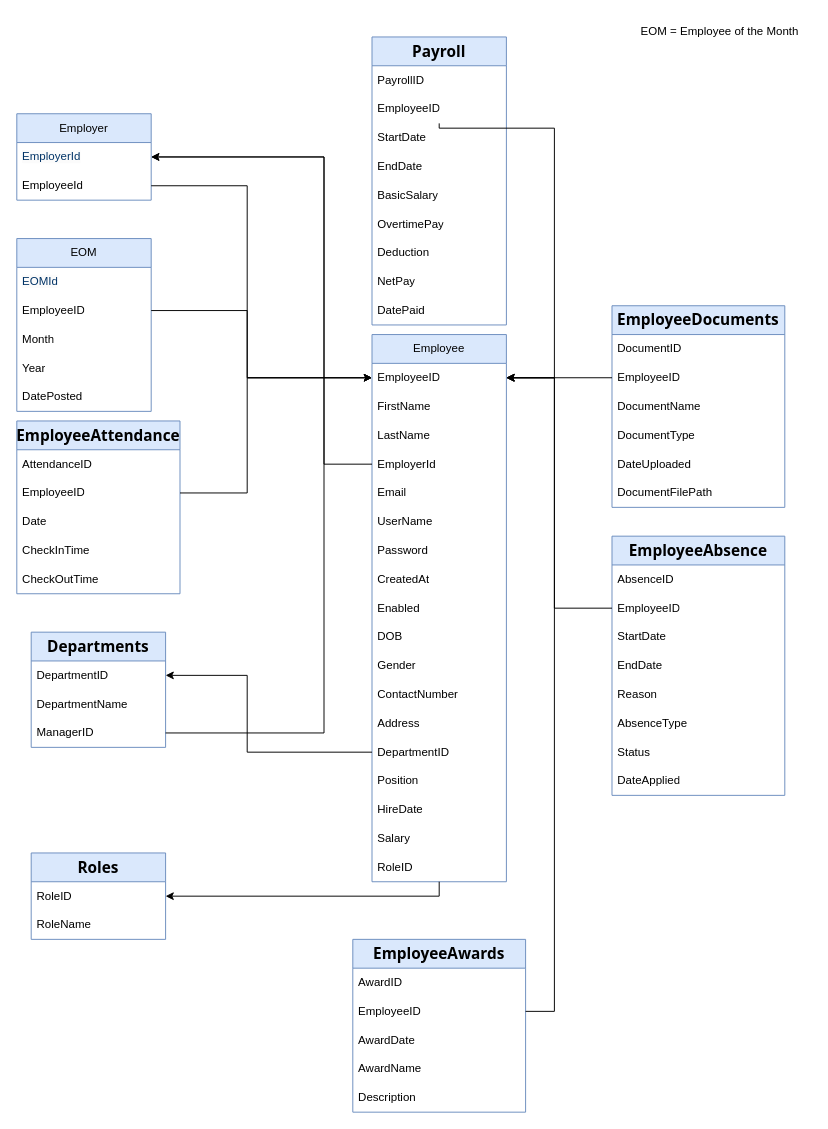
Earlier version of the draw.io diagram UML.drawio (Avin-Salih/UML). Source tidied: cells renumbered, new cells numbered last; positions are measured from the earlier drawing's top-left corner, leaving out a move shared by most shapes. Both pictures are drawn from the tidied source at 96%, with x=0, y=0 at pixel (16, 16).
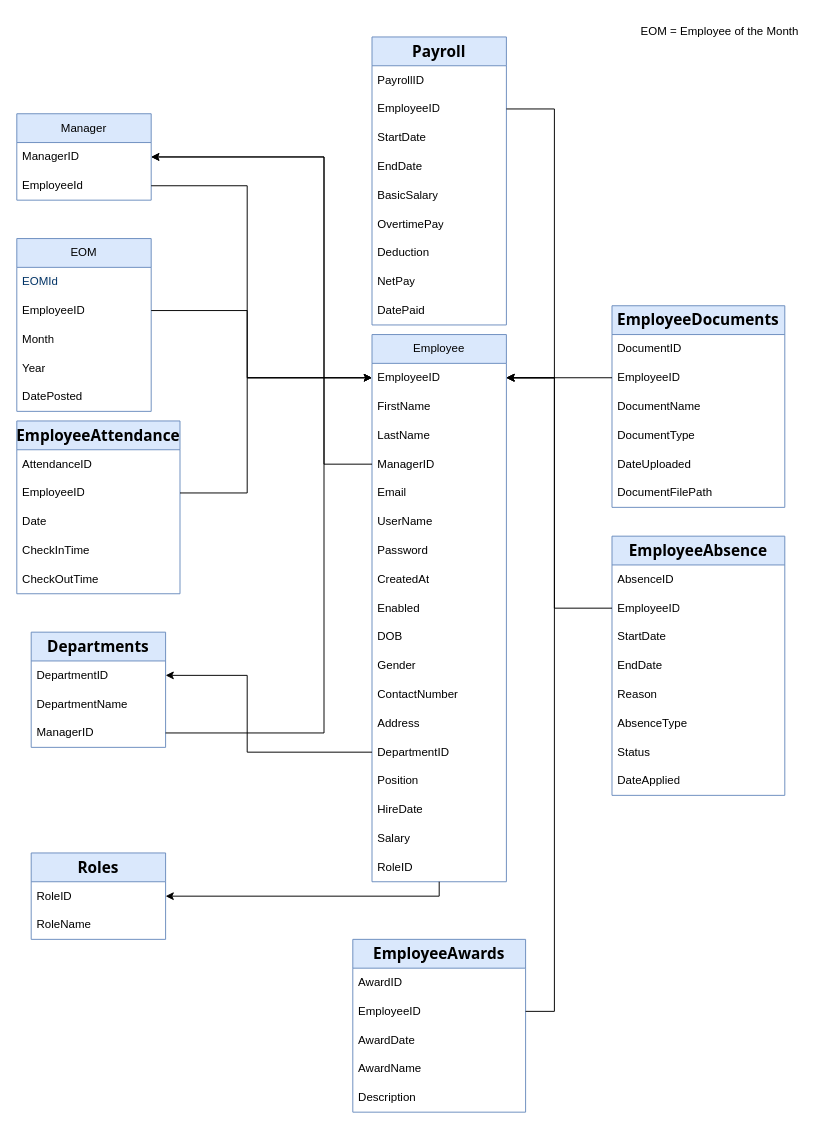
Above is the later version.

The change refers to these unchanged cells:
```xml
<mxCell id="2" value="Employee" style="swimlane;fontStyle=0;horizontal=1;startSize=30;whiteSpace=wrap;html=1;fillColor=#dae8fc;strokeColor=#6c8ebf;" parent="1" vertex="1">
  <mxGeometry x="370" y="331" width="140" height="570" as="geometry" />
</mxCell>
<mxCell id="3" value="EmployeeID" style="text;strokeColor=none;fillColor=none;align=left;verticalAlign=middle;spacingLeft=4;spacingRight=4;overflow=hidden;points=[[0,0.5],[1,0.5]];portConstraint=eastwest;whiteSpace=wrap;html=1;" parent="2" vertex="1">
  <mxGeometry y="30" width="140" height="30" as="geometry" />
</mxCell>
<mxCell id="71" value="EmployeeID" style="text;strokeColor=none;fillColor=none;align=left;verticalAlign=middle;spacingLeft=4;spacingRight=4;overflow=hidden;points=[[0,0.5],[1,0.5]];portConstraint=eastwest;whiteSpace=wrap;html=1;" parent="69" vertex="1">
  <mxGeometry y="60" width="140" height="30" as="geometry" />
</mxCell>
```

The edit, as a diff of the source:
```diff
@@
-    <mxCell id="6" value="EmployerId" style="text;strokeColor=none;fillColor=none;align=left;verticalAlign=middle;spacingLeft=4;spacingRight=4;overflow=hidden;points=[[0,0.5],[1,0.5]];portConstraint=eastwest;whiteSpace=wrap;html=1;" parent="2" vertex="1">
+    <mxCell id="6" value="ManagerID" style="text;strokeColor=none;fillColor=none;align=left;verticalAlign=middle;spacingLeft=4;spacingRight=4;overflow=hidden;points=[[0,0.5],[1,0.5]];portConstraint=eastwest;whiteSpace=wrap;html=1;" parent="2" vertex="1">
       <mxGeometry y="120" width="140" height="30" as="geometry" />
     </mxCell>
@@
-    <mxCell id="21" value="Employer" style="swimlane;fontStyle=0;horizontal=1;startSize=30;whiteSpace=wrap;html=1;fillColor=#dae8fc;strokeColor=#6c8ebf;" parent="1" vertex="1">
+    <mxCell id="21" value="Manager" style="swimlane;fontStyle=0;horizontal=1;startSize=30;whiteSpace=wrap;html=1;fillColor=#dae8fc;strokeColor=#6c8ebf;" parent="1" vertex="1">
       <mxGeometry y="101" width="140" height="90" as="geometry" />
     </mxCell>
-    <mxCell id="22" value="&lt;span style=&quot;caret-color: rgb(0, 51, 102); color: rgb(0, 51, 102); font-family: Helvetica; font-size: 12px; font-style: normal; font-variant-caps: normal; font-weight: 400; letter-spacing: normal; text-align: left; text-indent: 0px; text-transform: none; word-spacing: 0px; -webkit-text-stroke-width: 0px; background-color: rgb(251, 251, 251); text-decoration: none; float: none; display: inline !important;&quot;&gt;EmployerId&lt;/span&gt;" style="text;strokeColor=none;fillColor=none;align=left;verticalAlign=middle;spacingLeft=4;spacingRight=4;overflow=hidden;points=[[0,0.5],[1,0.5]];portConstraint=eastwest;whiteSpace=wrap;html=1;" parent="21" vertex="1">
+    <mxCell id="22" value="ManagerID" style="text;strokeColor=none;fillColor=none;align=left;verticalAlign=middle;spacingLeft=4;spacingRight=4;overflow=hidden;points=[[0,0.5],[1,0.5]];portConstraint=eastwest;whiteSpace=wrap;html=1;" parent="21" vertex="1">
       <mxGeometry y="30" width="140" height="30" as="geometry" />
     </mxCell>
@@
-    <mxCell id="79" style="edgeStyle=orthogonalEdgeStyle;rounded=0;jettySize=auto;html=1;entryX=1;entryY=0.5;entryDx=0;entryDy=0;" parent="1" edge="1" source="71" target="3">
+    <mxCell id="79" style="edgeStyle=orthogonalEdgeStyle;rounded=0;jettySize=auto;html=1;entryX=1;entryY=0.5;entryDx=0;entryDy=0;exitX=1;exitY=0.5;exitDx=0;exitDy=0;" parent="1" edge="1" source="71" target="3">
       <mxGeometry relative="1" as="geometry">
         <Array as="points">
-          <mxPoint x="560" y="116" />
+          <mxPoint x="560" y="96" />
           <mxPoint x="560" y="376" />
         </Array>
       </mxGeometry>
     </mxCell>
```
